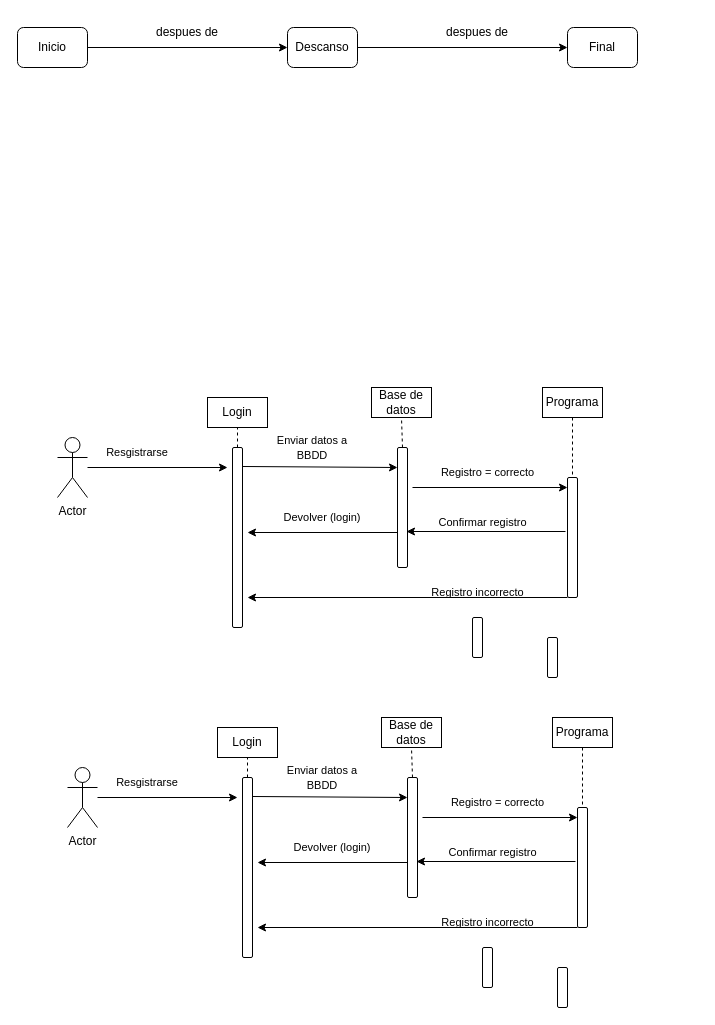
Above: Documentacion/Diagrama de secuencia.drawio in ManuLazaro/TrabajoProgramacion (draw.io), before the change. Source tidied: cells renumbered, new cells numbered last; positions are measured from the earlier drawing's top-left corner, leaving out a move shared by most shapes. Both pictures are drawn from the tidied source at 100%, with x=0, y=0 at pixel (17, 17).
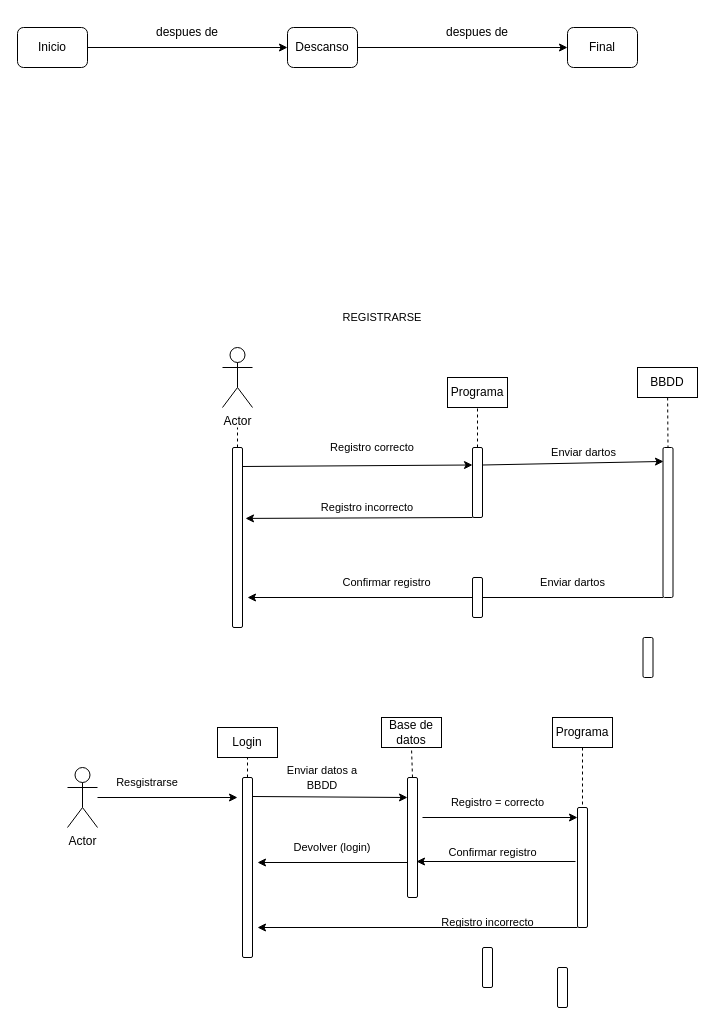
After the change.

Unchanged cells that the change refers to:
```xml
<mxCell id="12" style="rounded=1;whiteSpace=wrap;html=1;" parent="1" vertex="1">
  <mxGeometry x="215" y="430" width="10" height="180" as="geometry" />
</mxCell>
```

What changed in the source:
```diff
@@
     <mxCell id="9" value="Actor" style="shape=umlActor;verticalLabelPosition=bottom;verticalAlign=top;html=1;outlineConnect=0;" parent="1" vertex="1">
-      <mxGeometry x="40" y="420" width="30" height="60" as="geometry" />
+      <mxGeometry x="205" y="330" width="30" height="60" as="geometry" />
     </mxCell>
-    <mxCell id="10" value="Login" style="text;html=1;strokeColor=default;fillColor=none;align=center;verticalAlign=middle;whiteSpace=wrap;rounded=0;" parent="1" vertex="1">
-      <mxGeometry x="190" y="380" width="60" height="30" as="geometry" />
-    </mxCell>
     <mxCell id="11" style="rounded=1;whiteSpace=wrap;html=1;" parent="1" vertex="1">
-      <mxGeometry x="380" y="430" width="10" height="120" as="geometry" />
+      <mxGeometry x="455" y="430" width="10" height="70" as="geometry" />
     </mxCell>
@@
-    <mxCell id="13" style="edgeStyle=none;rounded=0;jettySize=auto;html=1;exitX=0;exitY=1;exitDx=0;exitDy=0;fontSize=11;" parent="1" edge="1" source="14">
+    <mxCell id="13" style="edgeStyle=none;rounded=0;jettySize=auto;html=1;exitX=0;exitY=0.5;exitDx=0;exitDy=0;fontSize=11;startArrow=none;" parent="1" edge="1" source="15">
       <mxGeometry relative="1" as="geometry">
         <mxPoint x="230" y="580" as="targetPoint" />
       </mxGeometry>
     </mxCell>
     <mxCell id="14" style="rounded=1;whiteSpace=wrap;html=1;" parent="1" vertex="1">
-      <mxGeometry x="550" y="460" width="10" height="120" as="geometry" />
+      <mxGeometry x="645.5" y="430" width="10" height="150" as="geometry" />
     </mxCell>
-    <mxCell id="15" style="rounded=1;whiteSpace=wrap;html=1;" parent="1" vertex="1">
-      <mxGeometry x="455" y="600" width="10" height="40" as="geometry" />
-    </mxCell>
     <mxCell id="16" style="rounded=1;whiteSpace=wrap;html=1;" parent="1" vertex="1">
-      <mxGeometry x="530" y="620" width="10" height="40" as="geometry" />
+      <mxGeometry x="625.5" y="620" width="10" height="40" as="geometry" />
     </mxCell>
-    <mxCell id="17" value="&lt;font style=&quot;font-size: 11px;&quot;&gt;Enviar datos a BBDD&lt;/font&gt;" style="text;html=1;strokeColor=none;fillColor=none;align=center;verticalAlign=middle;whiteSpace=wrap;rounded=0;" parent="1" vertex="1">
-      <mxGeometry x="250" y="420" width="90" height="20" as="geometry" />
+    <mxCell id="17" value="&lt;span style=&quot;font-size: 11px;&quot;&gt;Registro correcto&lt;/span&gt;" style="text;html=1;strokeColor=none;fillColor=none;align=center;verticalAlign=middle;whiteSpace=wrap;rounded=0;" parent="1" vertex="1">
+      <mxGeometry x="310" y="420" width="90" height="20" as="geometry" />
     </mxCell>
-    <mxCell id="18" value="&lt;font style=&quot;font-size: 11px;&quot;&gt;Resgistrarse&lt;/font&gt;" style="text;html=1;strokeColor=none;fillColor=none;align=center;verticalAlign=middle;whiteSpace=wrap;rounded=0;" parent="1" vertex="1">
-      <mxGeometry x="90" y="420" width="60" height="30" as="geometry" />
+    <mxCell id="18" value="&lt;span style=&quot;font-size: 11px;&quot;&gt;REGISTRARSE&lt;/span&gt;" style="text;html=1;strokeColor=none;fillColor=none;align=center;verticalAlign=middle;whiteSpace=wrap;rounded=0;" parent="1" vertex="1">
+      <mxGeometry x="300" y="280" width="130" height="40" as="geometry" />
     </mxCell>
-    <mxCell id="19" style="endArrow=classic;html=1;rounded=0;" parent="1" edge="1" source="9">
-      <mxGeometry relative="1" as="geometry">
-        <mxPoint x="210" y="450" as="targetPoint" />
-      </mxGeometry>
-    </mxCell>
-    <mxCell id="20" style="endArrow=classic;html=1;rounded=0;" parent="1" edge="1">
+    <mxCell id="20" style="endArrow=classic;html=1;rounded=0;entryX=0;entryY=0.25;entryDx=0;entryDy=0;" parent="1" edge="1" target="11">
       <mxGeometry relative="1" as="geometry">
         <mxPoint x="225" y="449" as="sourcePoint" />
-        <mxPoint x="380" y="450" as="targetPoint" />
       </mxGeometry>
     </mxCell>
-    <mxCell id="21" value="Base de datos" style="text;html=1;strokeColor=default;fillColor=none;align=center;verticalAlign=middle;whiteSpace=wrap;rounded=0;" parent="1" vertex="1">
-      <mxGeometry x="354" y="370" width="60" height="30" as="geometry" />
+    <mxCell id="21" value="Programa" style="text;html=1;strokeColor=default;fillColor=none;align=center;verticalAlign=middle;whiteSpace=wrap;rounded=0;" parent="1" vertex="1">
+      <mxGeometry x="430" y="360" width="60" height="30" as="geometry" />
     </mxCell>
-    <mxCell id="22" style="endArrow=classic;html=1;rounded=0;entryX=0;entryY=0.377;entryDx=0;entryDy=0;entryPerimeter=0;" parent="1" edge="1">
-      <mxGeometry relative="1" as="geometry">
-        <mxPoint x="395" y="470" as="sourcePoint" />
-        <mxPoint x="550" y="470" as="targetPoint" />
-      </mxGeometry>
+    <mxCell id="22" style="endArrow=classic;html=1;rounded=0;entryX=0.05;entryY=0.093;entryDx=0;entryDy=0;entryPerimeter=0;exitX=1;exitY=0.25;exitDx=0;exitDy=0;" parent="1" edge="1" source="11" target="14">
+      <mxGeometry relative="1" as="geometry" />
     </mxCell>
-    <mxCell id="23" style="endArrow=none;dashed=1;html=1;rounded=0;fontSize=11;entryX=0.5;entryY=1;entryDx=0;entryDy=0;exitX=0.5;exitY=0;exitDx=0;exitDy=0;" parent="1" edge="1" source="12" target="10">
-      <mxGeometry relative="1" as="geometry" />
+    <mxCell id="23" style="endArrow=none;dashed=1;html=1;rounded=0;fontSize=11;entryX=0.5;entryY=1;entryDx=0;entryDy=0;exitX=0.5;exitY=0;exitDx=0;exitDy=0;" parent="1" edge="1" source="12">
+      <mxGeometry relative="1" as="geometry">
+        <mxPoint x="220" y="410" as="targetPoint" />
+      </mxGeometry>
     </mxCell>
@@
-    <mxCell id="25" style="endArrow=classic;html=1;rounded=0;" parent="1" edge="1">
+    <mxCell id="25" style="endArrow=classic;html=1;rounded=0;entryX=1.3;entryY=0.394;entryDx=0;entryDy=0;entryPerimeter=0;" parent="1" edge="1" target="12">
       <mxGeometry relative="1" as="geometry">
-        <mxPoint x="380" y="515" as="sourcePoint" />
-        <mxPoint x="230" y="515" as="targetPoint" />
+        <mxPoint x="455" y="500" as="sourcePoint" />
       </mxGeometry>
     </mxCell>
-    <mxCell id="26" value="&lt;span style=&quot;font-size: 11px;&quot;&gt;Devolver (login)&lt;/span&gt;" style="text;html=1;strokeColor=none;fillColor=none;align=center;verticalAlign=middle;whiteSpace=wrap;rounded=0;" parent="1" vertex="1">
-      <mxGeometry x="260" y="490" width="90" height="20" as="geometry" />
+    <mxCell id="26" value="&lt;span style=&quot;font-size: 11px;&quot;&gt;Registro incorrecto&lt;/span&gt;" style="text;html=1;strokeColor=none;fillColor=none;align=center;verticalAlign=middle;whiteSpace=wrap;rounded=0;" parent="1" vertex="1">
+      <mxGeometry x="290" y="480" width="120" height="20" as="geometry" />
     </mxCell>
-    <mxCell id="27" value="Registro = correcto" style="text;html=1;align=center;verticalAlign=middle;strokeColor=none;fillColor=none;fontSize=11;" parent="1" vertex="1">
-      <mxGeometry x="410" y="440" width="120" height="30" as="geometry" />
+    <mxCell id="27" value="Enviar dartos" style="text;html=1;align=center;verticalAlign=middle;strokeColor=none;fillColor=none;fontSize=11;" parent="1" vertex="1">
+      <mxGeometry x="520.5" y="420" width="90" height="30" as="geometry" />
     </mxCell>
-    <mxCell id="28" style="endArrow=classic;html=1;rounded=0;fontSize=11;entryX=0.9;entryY=0.7;entryDx=0;entryDy=0;exitX=-0.2;exitY=0.45;exitDx=0;exitDy=0;exitPerimeter=0;entryPerimeter=0;" parent="1" edge="1" source="14" target="11">
-      <mxGeometry relative="1" as="geometry" />
-    </mxCell>
@@
     <mxCell id="30" value="Confirmar registro" style="text;html=1;align=center;verticalAlign=middle;strokeColor=none;fillColor=none;fontSize=11;" parent="1" vertex="1">
-      <mxGeometry x="410" y="490" width="110" height="30" as="geometry" />
+      <mxGeometry x="314" y="550" width="110" height="30" as="geometry" />
     </mxCell>
@@
-    <mxCell id="32" value="Registro incorrecto" style="text;html=1;align=center;verticalAlign=middle;strokeColor=none;fillColor=none;fontSize=11;" parent="1" vertex="1">
-      <mxGeometry x="400" y="560" width="120" height="30" as="geometry" />
-    </mxCell>
@@
-    <mxCell id="34" value="Programa" style="text;html=1;strokeColor=default;fillColor=default;align=center;verticalAlign=middle;whiteSpace=wrap;rounded=0;" parent="1" vertex="1">
-      <mxGeometry x="525" y="370" width="60" height="30" as="geometry" />
+    <mxCell id="34" value="BBDD" style="text;html=1;strokeColor=default;fillColor=default;align=center;verticalAlign=middle;whiteSpace=wrap;rounded=0;" parent="1" vertex="1">
+      <mxGeometry x="620" y="350" width="60" height="30" as="geometry" />
     </mxCell>
@@
+    <mxCell id="15" style="rounded=1;whiteSpace=wrap;html=1;" parent="1" vertex="1">
+      <mxGeometry x="455" y="560" width="10" height="40" as="geometry" />
+    </mxCell>
+    <mxCell id="61" style="edgeStyle=none;rounded=0;jettySize=auto;html=1;exitX=0;exitY=1;exitDx=0;exitDy=0;fontSize=11;endArrow=none;" parent="1" edge="1" source="14" target="15">
+      <mxGeometry relative="1" as="geometry" />
+    </mxCell>
+    <mxCell id="62" value="Enviar dartos" style="text;html=1;align=center;verticalAlign=middle;strokeColor=none;fillColor=none;fontSize=11;" parent="1" vertex="1">
+      <mxGeometry x="510" y="550" width="90" height="30" as="geometry" />
+    </mxCell>
```
